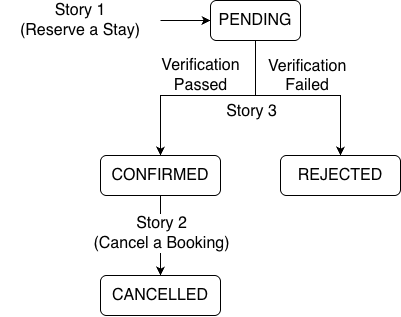
The draw.io diagram BookingStates.png in cse4504-wustl/clean_architecture_studio, before a commit. Source tidied: cells renumbered, new cells last; positions are measured from the earlier drawing's top-left corner, leaving out a move shared by most shapes.
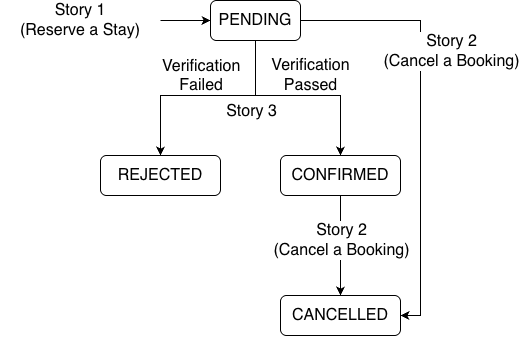
After the change.

What changed in the source:
```diff
@@ -2,14 +2,14 @@
   <root>
     <mxCell id="0" />
     <mxCell id="1" parent="0" />
-    <mxCell id="2" style="edgeStyle=orthogonalEdgeStyle;rounded=0;jettySize=auto;html=1;entryX=0;entryY=0.5;entryDx=0;entryDy=0;" parent="1" edge="1" source="3" target="7">
+    <mxCell id="2" style="edgeStyle=orthogonalEdgeStyle;rounded=0;jettySize=auto;html=1;entryX=0;entryY=0.5;entryDx=0;entryDy=0;" parent="1" edge="1" source="3" target="9">
       <mxGeometry relative="1" as="geometry" />
     </mxCell>
     <mxCell id="3" value="Story 1&lt;div&gt;&lt;div&gt;(Reserve a Stay)&lt;/div&gt;&lt;/div&gt;" style="text;html=1;whiteSpace=wrap;strokeColor=none;fillColor=none;align=center;verticalAlign=middle;rounded=0;fontSize=16;" parent="1" vertex="1">
       <mxGeometry y="5" width="160" height="30" as="geometry" />
     </mxCell>
-    <mxCell id="4" value="&lt;font style=&quot;font-size: 16px;&quot;&gt;Verification&lt;/font&gt;&lt;div&gt;&lt;font style=&quot;font-size: 16px;&quot;&gt;Passed&lt;/font&gt;&lt;/div&gt;" style="edgeStyle=orthogonalEdgeStyle;rounded=0;jettySize=auto;html=1;entryX=0.5;entryY=0;entryDx=0;entryDy=0;" parent="1" edge="1" source="7" target="10">
-      <mxGeometry x="0.05" y="-20" relative="1" as="geometry">
+    <mxCell id="4" value="&lt;font style=&quot;font-size: 16px;&quot;&gt;Verification&lt;/font&gt;&lt;div&gt;&lt;font style=&quot;font-size: 16px;&quot;&gt;Passed&lt;/font&gt;&lt;/div&gt;" style="edgeStyle=orthogonalEdgeStyle;rounded=0;jettySize=auto;html=1;entryX=0.5;entryY=0;entryDx=0;entryDy=0;" parent="1" edge="1" source="9" target="12">
+      <mxGeometry x="-0.67" y="55" relative="1" as="geometry">
         <Array as="points">
           <mxPoint x="255" y="95" />
           <mxPoint x="160" y="95" />
@@ -21,7 +21,7 @@
         <mxPoint x="5" y="13" as="offset" />
       </mxGeometry>
     </mxCell>
-    <mxCell id="6" style="edgeStyle=orthogonalEdgeStyle;rounded=0;jettySize=auto;html=1;" parent="1" edge="1" source="7" target="11">
+    <mxCell id="6" style="edgeStyle=orthogonalEdgeStyle;rounded=0;jettySize=auto;html=1;" parent="1" edge="1" source="9" target="13">
       <mxGeometry relative="1" as="geometry">
         <Array as="points">
           <mxPoint x="255" y="95" />
@@ -29,28 +29,36 @@
         </Array>
       </mxGeometry>
     </mxCell>
-    <mxCell id="7" value="PENDING" style="rounded=1;whiteSpace=wrap;html=1;fontSize=16;" parent="1" vertex="1">
-      <mxGeometry x="210" width="90" height="40" as="geometry" />
+    <mxCell id="7" style="edgeStyle=orthogonalEdgeStyle;rounded=0;jettySize=auto;html=1;entryX=1;entryY=0.5;entryDx=0;entryDy=0;exitX=1;exitY=0.5;exitDx=0;exitDy=0;" parent="1" edge="1" source="9" target="14">
+      <mxGeometry relative="1" as="geometry" />
     </mxCell>
-    <mxCell id="8" style="edgeStyle=orthogonalEdgeStyle;rounded=0;jettySize=auto;html=1;entryX=0.5;entryY=0;entryDx=0;entryDy=0;" parent="1" edge="1" source="10" target="12">
-      <mxGeometry relative="1" as="geometry" />
+    <mxCell id="8" value="&lt;font style=&quot;font-size: 16px;&quot;&gt;Story 2&lt;/font&gt;&lt;div&gt;&lt;font style=&quot;font-size: 16px;&quot;&gt;(Cancel a Booking)&lt;/font&gt;&lt;/div&gt;" style="edgeLabel;html=1;align=center;verticalAlign=middle;" parent="7" vertex="1">
+      <mxGeometry x="0.17" y="2" relative="1" as="geometry">
+        <mxPoint x="28" y="-105" as="offset" />
+      </mxGeometry>
     </mxCell>
-    <mxCell id="9" value="&lt;font style=&quot;font-size: 16px;&quot;&gt;Story 2&lt;/font&gt;&lt;div&gt;&lt;font style=&quot;font-size: 16px;&quot;&gt;(Cancel a Booking)&lt;/font&gt;&lt;/div&gt;" style="edgeLabel;html=1;align=center;verticalAlign=middle;points=[];" parent="8" vertex="1">
-      <mxGeometry x="-0.32" y="-4" relative="1" as="geometry">
-        <mxPoint x="4" y="10" as="offset" />
-      </mxGeometry>
+    <mxCell id="9" value="PENDING" style="rounded=1;whiteSpace=wrap;html=1;fontSize=16;" parent="1" vertex="1">
+      <mxGeometry x="210" width="90" height="40" as="geometry" />
     </mxCell>
-    <mxCell id="10" value="CONFIRMED" style="rounded=1;whiteSpace=wrap;html=1;fontSize=16;" parent="1" vertex="1">
-      <mxGeometry x="100" y="155" width="120" height="40" as="geometry" />
+    <mxCell id="10" style="edgeStyle=orthogonalEdgeStyle;rounded=0;jettySize=auto;html=1;entryX=0.5;entryY=0;entryDx=0;entryDy=0;exitX=0.5;exitY=1;exitDx=0;exitDy=0;" parent="1" edge="1" source="13" target="14">
+      <mxGeometry relative="1" as="geometry" />
     </mxCell>
-    <mxCell id="11" value="REJECTED" style="rounded=1;whiteSpace=wrap;html=1;fontSize=16;" parent="1" vertex="1">
-      <mxGeometry x="280" y="155" width="120" height="40" as="geometry" />
+    <mxCell id="11" value="&lt;font style=&quot;font-size: 16px;&quot;&gt;Story 2&lt;/font&gt;&lt;div&gt;&lt;font style=&quot;font-size: 16px;&quot;&gt;(Cancel a Booking)&lt;/font&gt;&lt;/div&gt;" style="edgeLabel;html=1;align=center;verticalAlign=middle;points=[];" parent="10" vertex="1">
+      <mxGeometry x="-0.32" y="-4" relative="1" as="geometry">
+        <mxPoint x="4" y="10" as="offset" />
+      </mxGeometry>
     </mxCell>
-    <mxCell id="12" value="CANCELLED" style="rounded=1;whiteSpace=wrap;html=1;fontSize=16;" parent="1" vertex="1">
-      <mxGeometry x="100" y="275" width="120" height="40" as="geometry" />
+    <mxCell id="12" value="REJECTED" style="rounded=1;whiteSpace=wrap;html=1;fontSize=16;" parent="1" vertex="1">
+      <mxGeometry x="100" y="155" width="120" height="40" as="geometry" />
     </mxCell>
-    <mxCell id="13" value="&lt;font style=&quot;forced-color-adjust: none; color: rgb(0, 0, 0); font-family: Helvetica; font-style: normal; font-variant-ligatures: normal; font-variant-caps: normal; font-weight: 400; letter-spacing: normal; orphans: 2; text-align: center; text-indent: 0px; text-transform: none; widows: 2; word-spacing: 0px; -webkit-text-stroke-width: 0px; white-space: nowrap; text-decoration-thickness: initial; text-decoration-style: initial; text-decoration-color: initial; font-size: 16px;&quot;&gt;Verification&lt;/font&gt;&lt;div style=&quot;forced-color-adjust: none; color: rgb(0, 0, 0); font-family: Helvetica; font-size: 11px; font-style: normal; font-variant-ligatures: normal; font-variant-caps: normal; font-weight: 400; letter-spacing: normal; orphans: 2; text-align: center; text-indent: 0px; text-transform: none; widows: 2; word-spacing: 0px; -webkit-text-stroke-width: 0px; white-space: nowrap; text-decoration-thickness: initial; text-decoration-style: initial; text-decoration-color: initial;&quot;&gt;&lt;font style=&quot;forced-color-adjust: none; font-size: 16px;&quot;&gt;Failed&lt;/font&gt;&lt;/div&gt;" style="text;whiteSpace=wrap;html=1;" parent="1" vertex="1">
-      <mxGeometry x="266" y="50" width="110" height="60" as="geometry" />
+    <mxCell id="13" value="CONFIRMED" style="rounded=1;whiteSpace=wrap;html=1;fontSize=16;" parent="1" vertex="1">
+      <mxGeometry x="280" y="155" width="120" height="40" as="geometry" />
     </mxCell>
+    <mxCell id="14" value="CANCELLED" style="rounded=1;whiteSpace=wrap;html=1;fontSize=16;" parent="1" vertex="1">
+      <mxGeometry x="280" y="295" width="120" height="40" as="geometry" />
+    </mxCell>
+    <mxCell id="15" value="&lt;font style=&quot;forced-color-adjust: none; color: rgb(0, 0, 0); font-family: Helvetica; font-style: normal; font-variant-ligatures: normal; font-variant-caps: normal; font-weight: 400; letter-spacing: normal; orphans: 2; text-align: center; text-indent: 0px; text-transform: none; widows: 2; word-spacing: 0px; -webkit-text-stroke-width: 0px; white-space: nowrap; text-decoration-thickness: initial; text-decoration-style: initial; text-decoration-color: initial; font-size: 16px;&quot;&gt;Verification&lt;/font&gt;&lt;div style=&quot;forced-color-adjust: none; color: rgb(0, 0, 0); font-family: Helvetica; font-size: 11px; font-style: normal; font-variant-ligatures: normal; font-variant-caps: normal; font-weight: 400; letter-spacing: normal; orphans: 2; text-align: center; text-indent: 0px; text-transform: none; widows: 2; word-spacing: 0px; -webkit-text-stroke-width: 0px; white-space: nowrap; text-decoration-thickness: initial; text-decoration-style: initial; text-decoration-color: initial;&quot;&gt;&lt;font style=&quot;forced-color-adjust: none; font-size: 16px;&quot;&gt;Failed&lt;/font&gt;&lt;/div&gt;" style="text;whiteSpace=wrap;html=1;" parent="1" vertex="1">
+      <mxGeometry x="160" y="50" width="110" height="60" as="geometry" />
+    </mxCell>
   </root>
 </mxGraphModel>
```
